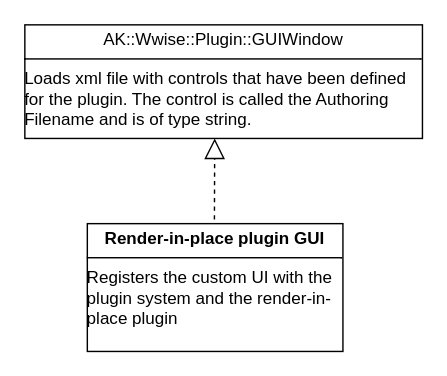
Above: GUIWindow.drawio in Saber033/Comp-Sci-IA (draw.io), before the change. Source tidied: cells renumbered, new cells numbered last; positions are measured from the earlier drawing's top-left corner, leaving out a move shared by most shapes. Both pictures are drawn from the tidied source at 142%, with x=0, y=0 at pixel (24, 24).
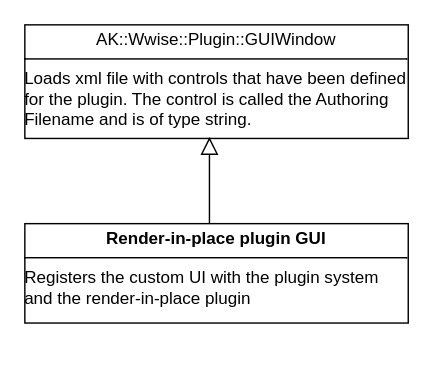
Above is the later version.

Change to the diagram source:
```diff
@@
 <mxGraphModel>
   <root>
     <mxCell id="0" />
     <mxCell id="1" parent="0" />
-    <mxCell id="2" style="endArrow=block;dashed=1;endFill=0;endSize=12;html=1;rounded=0;entryX=0.399;entryY=0.051;entryDx=0;entryDy=0;entryPerimeter=0;" parent="1" edge="1">
-      <mxGeometry relative="1" as="geometry">
-        <mxPoint x="133.5" y="137" as="sourcePoint" />
-        <mxPoint x="133.7" y="80" as="targetPoint" />
-      </mxGeometry>
-    </mxCell>
-    <mxCell id="3" value="&lt;p style=&quot;margin: 4px 0px 0px; text-align: center;&quot;&gt;AK::Wwise::Plugin::GUIWindow&lt;/p&gt;&lt;hr size=&quot;1&quot; style=&quot;border-style:solid;&quot;&gt;&lt;div style=&quot;height:2px;&quot;&gt;Loads xml file with controls that have been defined for the plugin. The control is called the Authoring Filename and is of type string.&lt;/div&gt;&lt;div style=&quot;height:2px;&quot;&gt;&lt;br&gt;&lt;/div&gt;" style="verticalAlign=top;align=left;overflow=fill;html=1;whiteSpace=wrap;" parent="1" vertex="1">
-      <mxGeometry width="280" height="80" as="geometry" />
+    <mxCell id="3" value="&lt;p style=&quot;margin: 4px 0px 0px; text-align: center;&quot;&gt;AK::Wwise::Plugin::GUIWindow&lt;/p&gt;&lt;hr size=&quot;1&quot; style=&quot;border-style:solid;&quot;&gt;&lt;div style=&quot;height:2px;&quot;&gt;Loads xml file with controls that have been defined for the plugin. The control is called the Authoring Filename and is of type string.&lt;/div&gt;&lt;div style=&quot;height:2px;&quot;&gt;&lt;br&gt;&lt;/div&gt;" style="verticalAlign=top;align=left;overflow=fill;html=1;whiteSpace=wrap;spacingTop=0;spacingLeft=0;spacingBottom=0;spacingRight=0;perimeterSpacing=0;" parent="1" vertex="1">
+      <mxGeometry width="270" height="80" as="geometry" />
     </mxCell>
     <mxCell id="4" value="&lt;p style=&quot;margin:0px;margin-top:4px;text-align:center;&quot;&gt;&lt;b&gt;Render-in-place plugin GUI&lt;/b&gt;&lt;/p&gt;&lt;hr size=&quot;1&quot; style=&quot;border-style:solid;&quot;&gt;&lt;div style=&quot;height:2px;&quot;&gt;Registers the custom UI with the plugin system and the render-in-place plugin&lt;/div&gt;" style="verticalAlign=top;align=left;overflow=fill;html=1;whiteSpace=wrap;" parent="1" vertex="1">
-      <mxGeometry x="44" y="140" width="180" height="90" as="geometry" />
+      <mxGeometry y="140" width="270" height="70" as="geometry" />
     </mxCell>
+    <mxCell id="5" style="endArrow=block;endSize=10;endFill=0;shadow=0;strokeWidth=1;rounded=0;elbow=vertical;" parent="1" edge="1">
+      <mxGeometry relative="1" as="geometry">
+        <mxPoint x="130" y="140" as="sourcePoint" />
+        <mxPoint x="130" y="79" as="targetPoint" />
+      </mxGeometry>
+    </mxCell>
   </root>
 </mxGraphModel>
```
